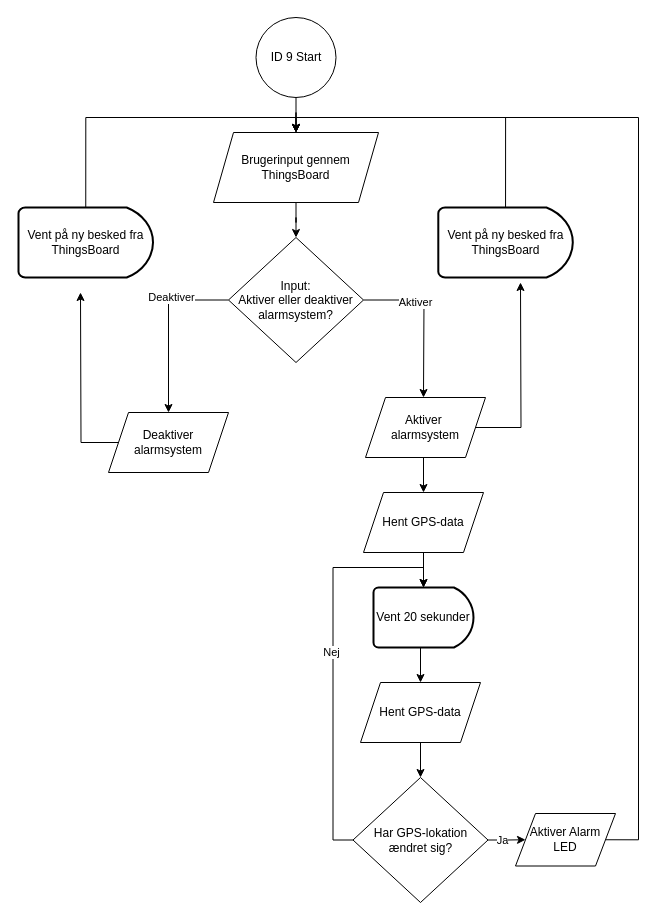
Above: page "ID 9" (8 of 10) of Samlet løsning/Samlet Flowchart.drawio in KEA-E24-B9-IOT1/E24-B9-IoT1 (draw.io), before the change. Source tidied: cells renumbered, new cells numbered last; positions are measured from the earlier drawing's top-left corner, leaving out a move shared by most shapes. Both pictures are drawn from the tidied source at 100%, with x=0, y=0 at pixel (18, 17).
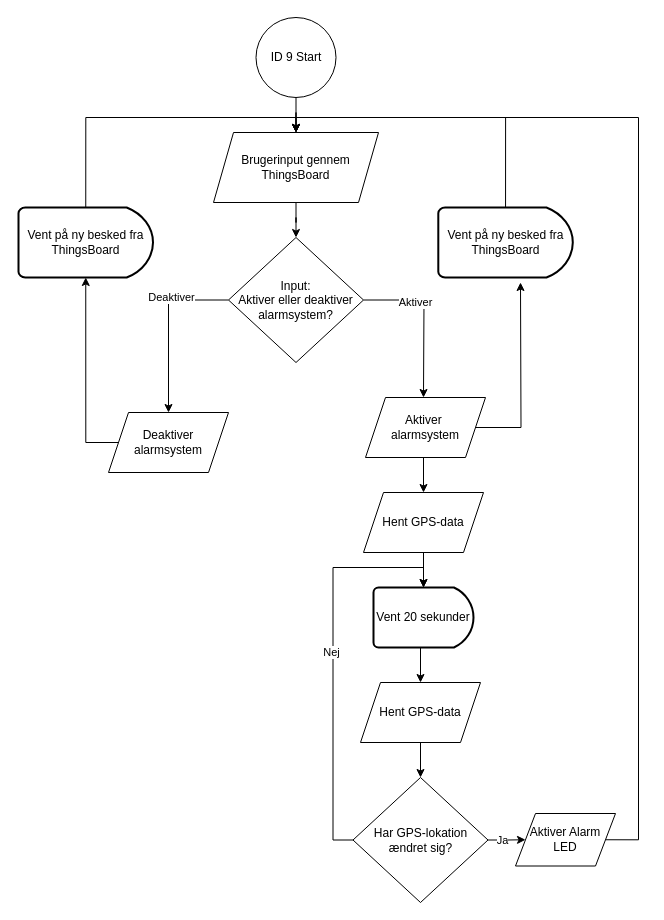
Above is the later version.

Unchanged cells that the change refers to:
```xml
<mxCell id="13" value="&lt;div&gt;Vent på ny besked fra ThingsBoard&lt;br&gt;&lt;/div&gt;" style="strokeWidth=2;html=1;shape=mxgraph.flowchart.delay;whiteSpace=wrap;" parent="1" vertex="1">
  <mxGeometry y="190" width="134.5" height="70" as="geometry" />
</mxCell>
<mxCell id="28" value="Deaktiver alarmsystem" style="shape=parallelogram;perimeter=parallelogramPerimeter;whiteSpace=wrap;html=1;fixedSize=1;" parent="1" vertex="1">
  <mxGeometry x="90" y="395" width="120" height="60" as="geometry" />
</mxCell>
```

Diff of the diagram source:
```diff
@@
-    <mxCell id="27" style="edgeStyle=orthogonalEdgeStyle;rounded=0;jettySize=auto;html=1;" parent="1" edge="1" source="28">
+    <mxCell id="27" style="edgeStyle=orthogonalEdgeStyle;rounded=0;jettySize=auto;html=1;entryX=0.5;entryY=1;entryDx=0;entryDy=0;entryPerimeter=0;exitX=0;exitY=0.5;exitDx=0;exitDy=0;" parent="1" edge="1" source="28" target="13">
       <mxGeometry relative="1" as="geometry">
-        <mxPoint x="62" y="275" as="targetPoint" />
+        <Array as="points">
+          <mxPoint x="67" y="425" />
+        </Array>
       </mxGeometry>
     </mxCell>
```
